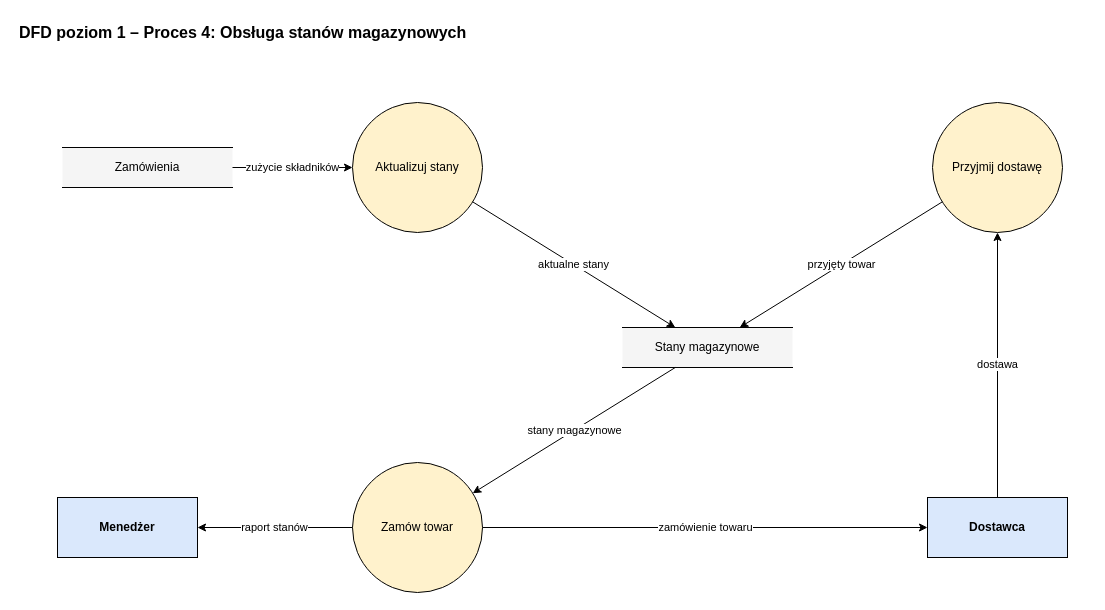
Earlier version of the draw.io diagram diagramy/02_przeplyw_danych/dfd_4_magazyn.drawio (olimo54323/OiZPI-laboratorium). Source tidied: cells renumbered, new cells numbered last; positions are measured from the earlier drawing's top-left corner, leaving out a move shared by most shapes. Both pictures are drawn from the tidied source at 100%, with x=0, y=0 at pixel (17, 17).
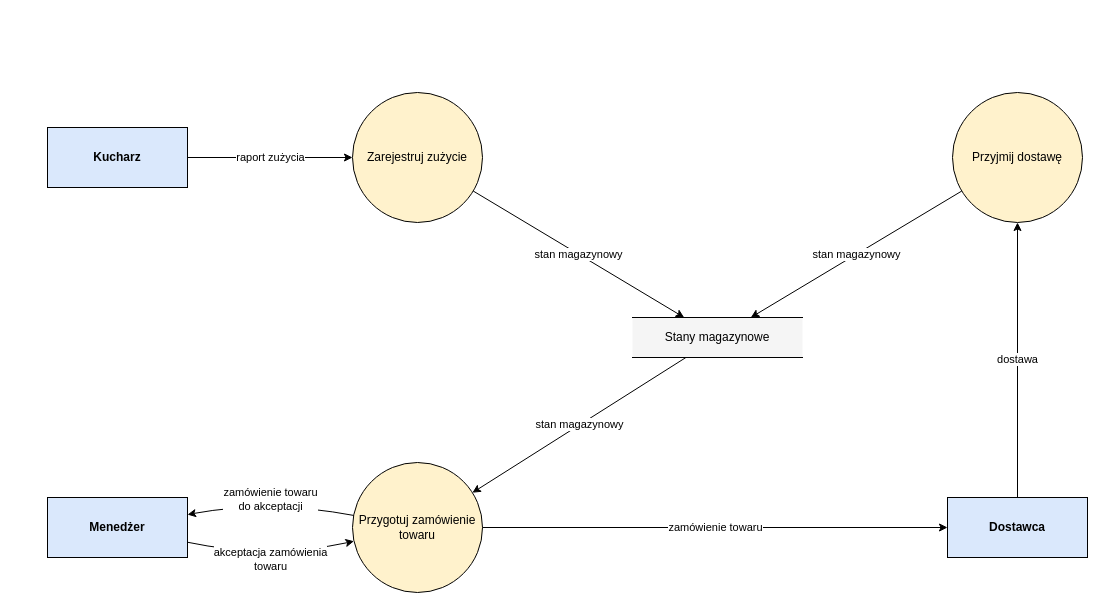
After the change.

Diff of the diagram source:
```diff
@@
 <mxGraphModel>
   <root>
     <mxCell id="0" />
     <mxCell id="1" parent="0" />
-    <mxCell id="2" value="DFD poziom 1 – Proces 4: Obsługa stanów magazynowych" style="text;html=1;align=left;verticalAlign=middle;fontSize=16;fontStyle=1;" parent="1" vertex="1">
-      <mxGeometry width="560" height="30" as="geometry" />
-    </mxCell>
-    <mxCell id="3" value="Zamówienia" style="shape=partialRectangle;whiteSpace=wrap;html=1;left=0;right=0;fillColor=#f5f5f5;strokeColor=#000000;fontSize=12;" parent="1" vertex="1">
-      <mxGeometry x="45" y="130" width="170" height="40" as="geometry" />
-    </mxCell>
-    <mxCell id="4" value="Aktualizuj stany" style="ellipse;whiteSpace=wrap;html=1;fillColor=#fff2cc;strokeColor=#000000;fontSize=12;" parent="1" vertex="1">
-      <mxGeometry x="335" y="85" width="130" height="130" as="geometry" />
-    </mxCell>
-    <mxCell id="5" value="Przyjmij dostawę" style="ellipse;whiteSpace=wrap;html=1;fillColor=#fff2cc;strokeColor=#000000;fontSize=12;" parent="1" vertex="1">
-      <mxGeometry x="915" y="85" width="130" height="130" as="geometry" />
-    </mxCell>
-    <mxCell id="6" value="Stany magazynowe" style="shape=partialRectangle;whiteSpace=wrap;html=1;left=0;right=0;fillColor=#f5f5f5;strokeColor=#000000;fontSize=12;" parent="1" vertex="1">
-      <mxGeometry x="605" y="310" width="170" height="40" as="geometry" />
-    </mxCell>
-    <mxCell id="7" value="Zamów towar" style="ellipse;whiteSpace=wrap;html=1;fillColor=#fff2cc;strokeColor=#000000;fontSize=12;" parent="1" vertex="1">
-      <mxGeometry x="335" y="445" width="130" height="130" as="geometry" />
-    </mxCell>
+    <mxCell id="17" value="Kucharz" style="rounded=0;whiteSpace=wrap;html=1;fillColor=#dae8fc;strokeColor=#000000;fontStyle=1;fontSize=12;" parent="1" vertex="1">
+      <mxGeometry x="30" y="110" width="140" height="60" as="geometry" />
+    </mxCell>
     <mxCell id="8" value="Menedżer" style="rounded=0;whiteSpace=wrap;html=1;fillColor=#dae8fc;strokeColor=#000000;fontStyle=1;fontSize=12;" parent="1" vertex="1">
-      <mxGeometry x="40" y="480" width="140" height="60" as="geometry" />
+      <mxGeometry x="30" y="480" width="140" height="60" as="geometry" />
     </mxCell>
     <mxCell id="9" value="Dostawca" style="rounded=0;whiteSpace=wrap;html=1;fillColor=#dae8fc;strokeColor=#000000;fontStyle=1;fontSize=12;" parent="1" vertex="1">
-      <mxGeometry x="910" y="480" width="140" height="60" as="geometry" />
+      <mxGeometry x="930" y="480" width="140" height="60" as="geometry" />
     </mxCell>
+    <mxCell id="18" value="Zarejestruj zużycie" style="ellipse;whiteSpace=wrap;html=1;fillColor=#fff2cc;strokeColor=#000000;fontSize=12;" parent="1" vertex="1">
+      <mxGeometry x="335" y="75" width="130" height="130" as="geometry" />
+    </mxCell>
+    <mxCell id="5" value="Przyjmij dostawę" style="ellipse;whiteSpace=wrap;html=1;fillColor=#fff2cc;strokeColor=#000000;fontSize=12;" parent="1" vertex="1">
+      <mxGeometry x="935" y="75" width="130" height="130" as="geometry" />
+    </mxCell>
+    <mxCell id="19" value="Przygotuj zamówienie towaru" style="ellipse;whiteSpace=wrap;html=1;fillColor=#fff2cc;strokeColor=#000000;fontSize=12;" parent="1" vertex="1">
+      <mxGeometry x="335" y="445" width="130" height="130" as="geometry" />
+    </mxCell>
+    <mxCell id="6" value="Stany magazynowe" style="shape=partialRectangle;whiteSpace=wrap;html=1;left=0;right=0;fillColor=#f5f5f5;strokeColor=#000000;fontSize=12;" parent="1" vertex="1">
+      <mxGeometry x="615" y="300" width="170" height="40" as="geometry" />
+    </mxCell>
-    <mxCell id="10" value="zużycie składników" style="endArrow=classic;endFill=1;html=1;rounded=0;labelBackgroundColor=#ffffff;fontSize=11;strokeColor=#000000;" parent="1" edge="1" source="3" target="4">
+    <mxCell id="10" value="raport zużycia" style="endArrow=classic;endFill=1;html=1;rounded=0;labelBackgroundColor=#ffffff;fontSize=11;strokeColor=#000000;" parent="1" edge="1" source="17" target="18">
       <mxGeometry relative="1" as="geometry" />
     </mxCell>
-    <mxCell id="11" value="aktualne stany" style="endArrow=classic;endFill=1;html=1;rounded=0;labelBackgroundColor=#ffffff;fontSize=11;strokeColor=#000000;" parent="1" edge="1" source="4" target="6">
+    <mxCell id="11" value="stan magazynowy" style="endArrow=classic;endFill=1;html=1;rounded=0;labelBackgroundColor=#ffffff;fontSize=11;strokeColor=#000000;" parent="1" edge="1" source="18" target="6">
       <mxGeometry relative="1" as="geometry" />
     </mxCell>
-    <mxCell id="12" value="stany magazynowe" style="endArrow=classic;endFill=1;html=1;rounded=0;labelBackgroundColor=#ffffff;fontSize=11;strokeColor=#000000;" parent="1" edge="1" source="6" target="7">
+    <mxCell id="12" value="stan magazynowy" style="endArrow=classic;endFill=1;html=1;rounded=0;labelBackgroundColor=#ffffff;fontSize=11;strokeColor=#000000;" parent="1" edge="1" source="6" target="19">
       <mxGeometry relative="1" as="geometry" />
     </mxCell>
-    <mxCell id="13" value="zamówienie towaru" style="endArrow=classic;endFill=1;html=1;rounded=0;labelBackgroundColor=#ffffff;fontSize=11;strokeColor=#000000;" parent="1" edge="1" source="7" target="9">
-      <mxGeometry relative="1" as="geometry" />
+    <mxCell id="13" value="zamówienie towaru&lt;br&gt;do akceptacji" style="endArrow=classic;endFill=1;html=1;curved=1;labelBackgroundColor=#ffffff;fontSize=11;strokeColor=#000000;" parent="1" edge="1" source="19" target="8">
+      <mxGeometry relative="1" as="geometry">
+        <Array as="points">
+          <mxPoint x="252" y="482" />
+        </Array>
+      </mxGeometry>
     </mxCell>
-    <mxCell id="14" value="raport stanów" style="endArrow=classic;endFill=1;html=1;rounded=0;labelBackgroundColor=#ffffff;fontSize=11;strokeColor=#000000;" parent="1" edge="1" source="7" target="8">
-      <mxGeometry relative="1" as="geometry" />
+    <mxCell id="14" value="akceptacja zamówienia&lt;br&gt;towaru" style="endArrow=classic;endFill=1;html=1;curved=1;labelBackgroundColor=#ffffff;fontSize=11;strokeColor=#000000;" parent="1" edge="1" source="8" target="19">
+      <mxGeometry relative="1" as="geometry">
+        <Array as="points">
+          <mxPoint x="252" y="542" />
+        </Array>
+      </mxGeometry>
     </mxCell>
-    <mxCell id="15" value="dostawa" style="endArrow=classic;endFill=1;html=1;rounded=0;labelBackgroundColor=#ffffff;fontSize=11;strokeColor=#000000;" parent="1" edge="1" source="9" target="5">
+    <mxCell id="15" value="zamówienie towaru" style="endArrow=classic;endFill=1;html=1;rounded=0;labelBackgroundColor=#ffffff;fontSize=11;strokeColor=#000000;" parent="1" edge="1" source="19" target="9">
       <mxGeometry relative="1" as="geometry" />
     </mxCell>
-    <mxCell id="16" value="przyjęty towar" style="endArrow=classic;endFill=1;html=1;rounded=0;labelBackgroundColor=#ffffff;fontSize=11;strokeColor=#000000;" parent="1" edge="1" source="5" target="6">
+    <mxCell id="16" value="dostawa" style="endArrow=classic;endFill=1;html=1;rounded=0;labelBackgroundColor=#ffffff;fontSize=11;strokeColor=#000000;" parent="1" edge="1" source="9" target="5">
       <mxGeometry relative="1" as="geometry" />
     </mxCell>
+    <mxCell id="20" value="stan magazynowy" style="endArrow=classic;endFill=1;html=1;rounded=0;labelBackgroundColor=#ffffff;fontSize=11;strokeColor=#000000;" parent="1" edge="1" source="5" target="6">
+      <mxGeometry relative="1" as="geometry" />
+    </mxCell>
   </root>
 </mxGraphModel>
```
